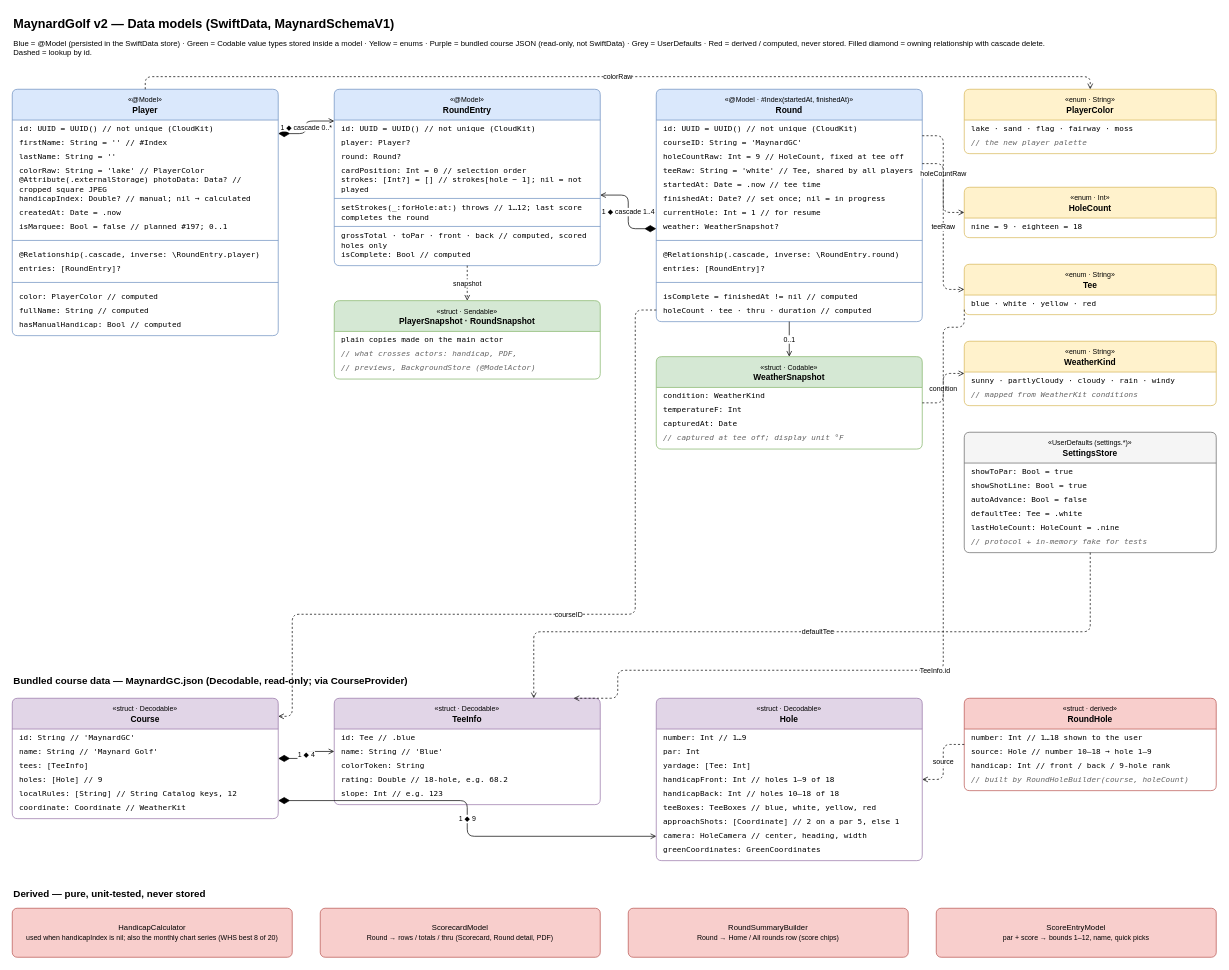
tassinari/MaynardGolf keeps this draw.io diagram as page "SwiftData models (schema v2)" (1 of 2) of docs/data-model.drawio. Above is the earlier version. Source tidied: cells renumbered, new cells numbered last; positions are measured from the earlier drawing's top-left corner, leaving out a move shared by most shapes. Both pictures are drawn from the tidied source at 70%, with x=0, y=0 at pixel (12, 12).
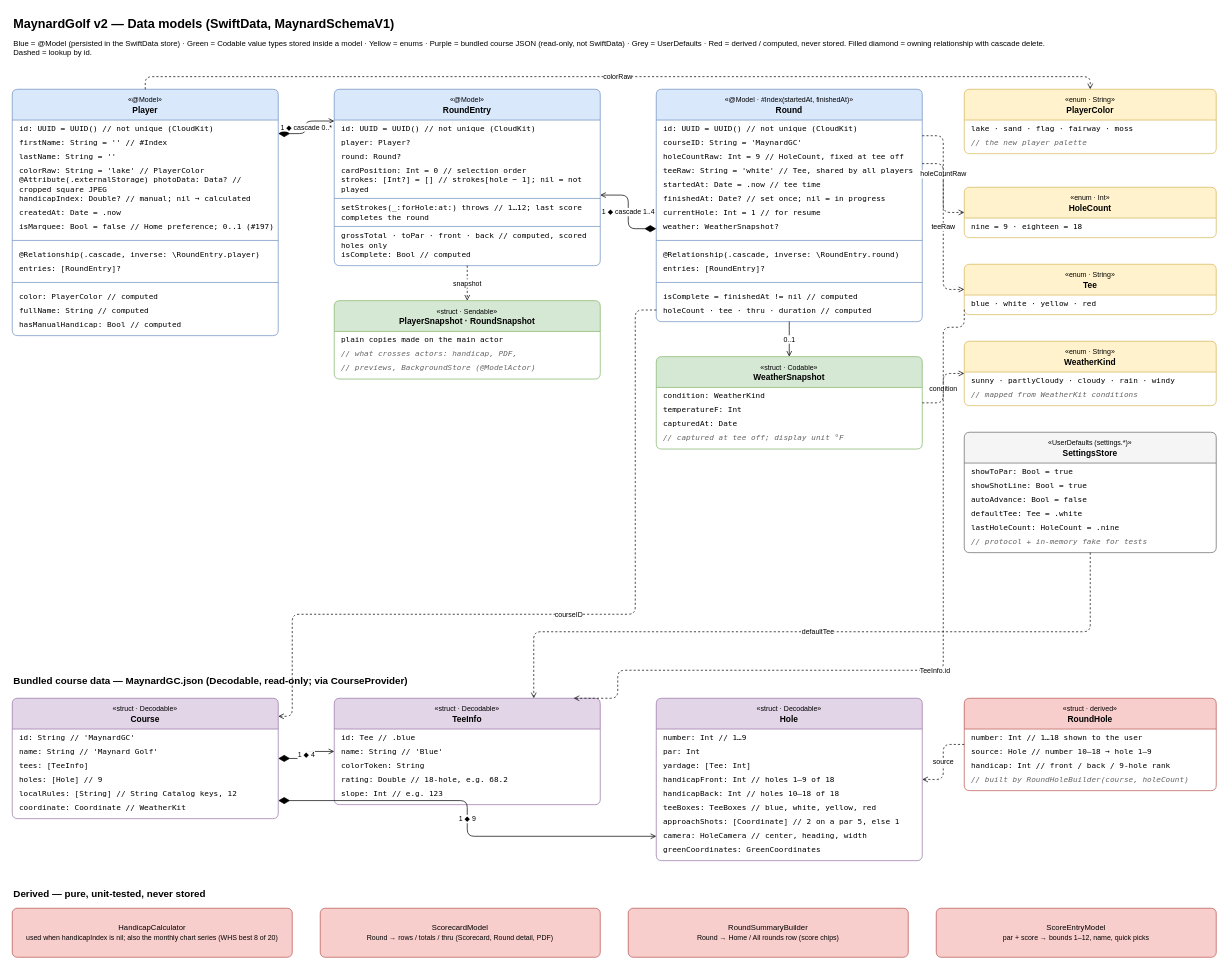
After the change.

Unchanged cells that the change refers to:
```xml
<mxCell id="4" value="&lt;font style='font-size:10px'&gt;«@Model»&lt;/font&gt;&lt;br&gt;&lt;b&gt;Player&lt;/b&gt;" style="swimlane;html=1;fontStyle=0;align=center;startSize=44;fillColor=#dae8fc;strokeColor=#6c8ebf;swimlaneFillColor=#ffffff;rounded=1;arcSize=6;whiteSpace=wrap;" parent="1" vertex="1">
  <mxGeometry y="110" width="380" height="352" as="geometry" />
</mxCell>
```

What changed in the source:
```diff
@@
-    <mxCell id="12" value="isMarquee: Bool = false // planned #197; 0..1" style="text;html=1;strokeColor=none;fillColor=none;align=left;verticalAlign=middle;spacingLeft=8;fontSize=11;fontFamily=Menlo;whiteSpace=wrap;" parent="4" vertex="1">
+    <mxCell id="12" value="isMarquee: Bool = false // Home preference; 0..1 (#197)" style="text;html=1;strokeColor=none;fillColor=none;align=left;verticalAlign=middle;spacingLeft=8;fontSize=11;fontFamily=Menlo;whiteSpace=wrap;" parent="4" vertex="1">
       <mxGeometry y="186" width="380" height="20" as="geometry" />
     </mxCell>
```
